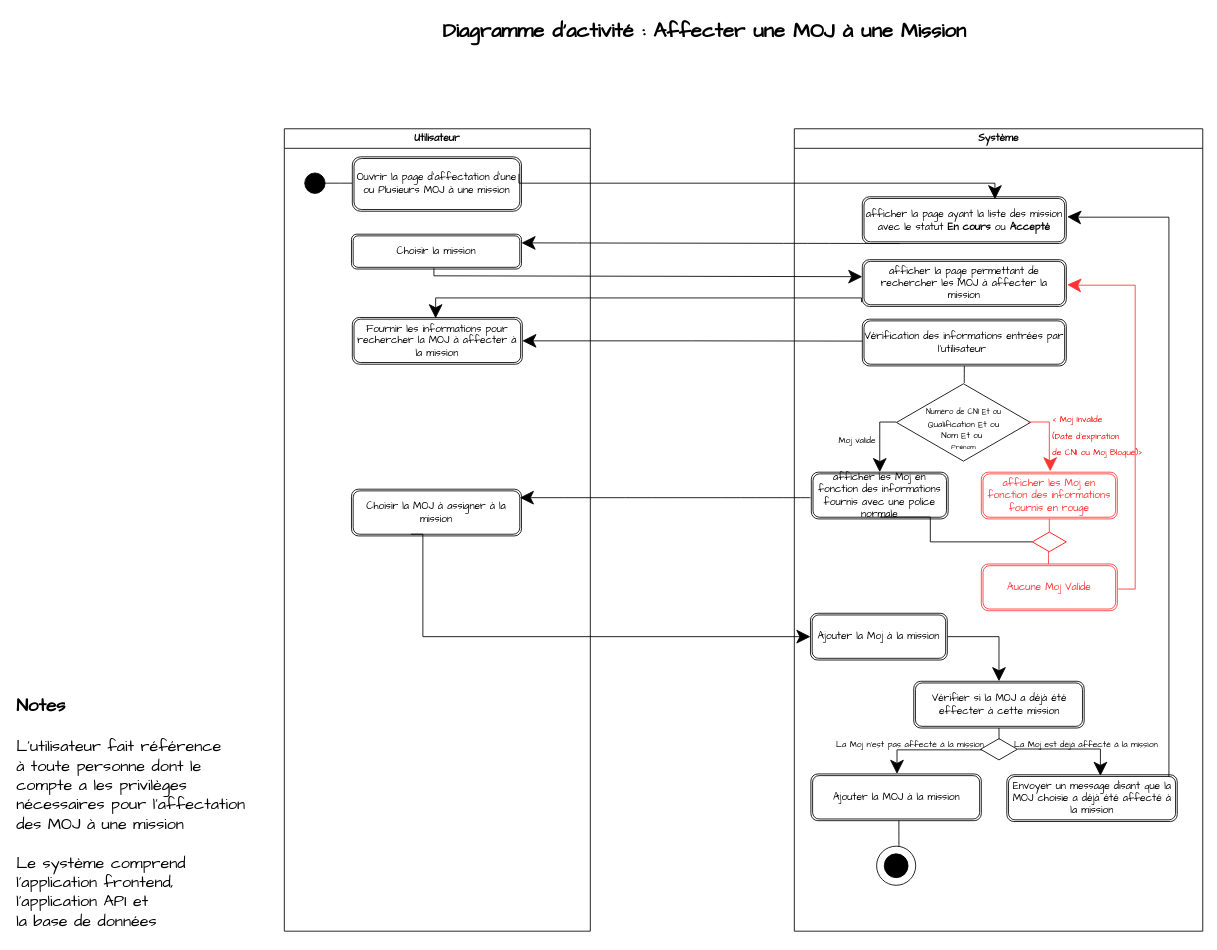
This is ActivityDiagramAssignsMojMission.drawio from ThuranJunior-AGL/AnalyseGEMOj, a draw.io file, before an edit. Source tidied: cells renumbered, new cells numbered last; positions are measured from the earlier drawing's top-left corner, leaving out a move shared by most shapes. Both pictures are drawn from the tidied source at 85%, with x=0, y=0 at pixel (14, 14).
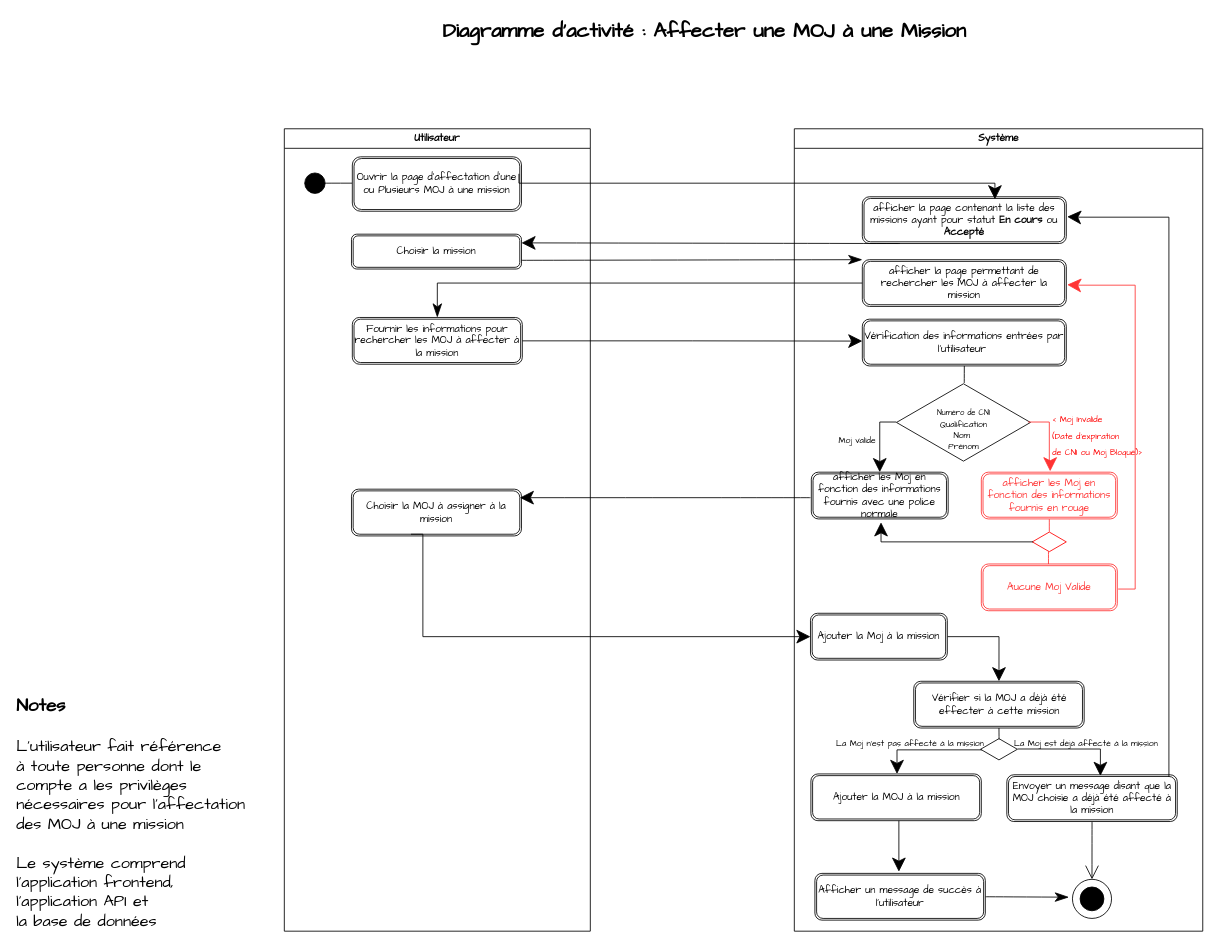
The same diagram, later.

Commit message (it also covers changes not shown here):
Mettre à jour ActivityDiagramAssignsMojMission.drawio

Unchanged cells that the change refers to:
```xml
<mxCell id="2" value="Utilisateur" style="swimlane;whiteSpace=wrap;html=1;fontFamily=Architects Daughter;" parent="1" vertex="1">
  <mxGeometry x="317" y="134" width="360" height="944" as="geometry" />
</mxCell>
<mxCell id="6" value="Choisir la mission" style="shape=ext;double=1;rounded=1;whiteSpace=wrap;html=1;fontFamily=Architects Daughter;" parent="2" vertex="1">
  <mxGeometry x="79" y="124" width="200" height="41" as="geometry" />
</mxCell>
<mxCell id="9" value="Système" style="swimlane;whiteSpace=wrap;html=1;fontFamily=Architects Daughter;" parent="1" vertex="1">
  <mxGeometry x="917" y="134" width="480.5" height="944" as="geometry" />
</mxCell>
<mxCell id="11" value="afficher la page permettant de rechercher les MOJ à affecter la mission" style="shape=ext;double=1;rounded=1;whiteSpace=wrap;html=1;fontFamily=Architects Daughter;" parent="9" vertex="1">
  <mxGeometry x="80" y="154" width="240" height="55" as="geometry" />
</mxCell>
<mxCell id="12" value="Vérification des informations entrées par l'utilisateur&amp;nbsp;" style="shape=ext;double=1;rounded=1;whiteSpace=wrap;html=1;fontFamily=Architects Daughter;" parent="9" vertex="1">
  <mxGeometry x="80" y="224" width="240" height="55" as="geometry" />
</mxCell>
<mxCell id="28" style="endArrow=none;html=1;rounded=0;fontFamily=Architects Daughter;fontSize=16;startSize=14;endSize=14;sourcePerimeterSpacing=8;targetPerimeterSpacing=8;edgeStyle=orthogonalEdgeStyle;exitX=0.5;exitY=0;exitDx=0;exitDy=0;entryX=0.037;entryY=0.526;entryDx=0;entryDy=0;entryPerimeter=0;startArrow=classic;startFill=1;" parent="9" edge="1" target="26">
  <mxGeometry relative="1" as="geometry">
    <mxPoint x="120.8" y="759" as="sourcePoint" />
    <Array as="points">
      <mxPoint x="121" y="731" />
    </Array>
  </mxGeometry>
</mxCell>
<mxCell id="30" value="Envoyer un message disant que la MOJ choisie a déjà été affecté à la mission" style="shape=ext;double=1;rounded=1;whiteSpace=wrap;html=1;fontFamily=Architects Daughter;" parent="9" vertex="1">
  <mxGeometry x="250" y="760" width="200.5" height="55" as="geometry" />
</mxCell>
<mxCell id="31" style="endArrow=none;html=1;rounded=0;fontFamily=Architects Daughter;fontSize=16;startSize=14;endSize=14;sourcePerimeterSpacing=8;targetPerimeterSpacing=8;entryX=1.006;entryY=0.487;entryDx=0;entryDy=0;entryPerimeter=0;exitX=0.549;exitY=0.024;exitDx=0;exitDy=0;exitPerimeter=0;edgeStyle=orthogonalEdgeStyle;startArrow=classic;startFill=1;" parent="9" edge="1" source="30" target="26">
  <mxGeometry relative="1" as="geometry">
    <Array as="points">
      <mxPoint x="360" y="730" />
    </Array>
  </mxGeometry>
</mxCell>
```

What changed in the source:
```diff
@@
-    <mxCell id="7" value="Fournir les informations pour rechercher la MOJ à affecter à la mission" style="shape=ext;double=1;rounded=1;whiteSpace=wrap;html=1;fontFamily=Architects Daughter;" parent="2" vertex="1">
+    <mxCell id="7" value="Fournir les informations pour rechercher les MOJ à affecter à la mission" style="shape=ext;double=1;rounded=1;whiteSpace=wrap;html=1;fontFamily=Architects Daughter;" parent="2" vertex="1">
       <mxGeometry x="80" y="222" width="200" height="55" as="geometry" />
     </mxCell>
@@
-    <mxCell id="10" value="afficher la page ayant la liste des mission avec le statut &lt;b&gt;En cours &lt;/b&gt;ou &lt;b&gt;Accepté&lt;/b&gt;" style="shape=ext;double=1;rounded=1;whiteSpace=wrap;html=1;fontFamily=Architects Daughter;" parent="9" vertex="1">
+    <mxCell id="10" value="afficher la page contenant la liste des missions ayant pour statut &lt;b&gt;En cours &lt;/b&gt;ou &lt;b&gt;Accepté&lt;/b&gt;" style="shape=ext;double=1;rounded=1;whiteSpace=wrap;html=1;fontFamily=Architects Daughter;" parent="9" vertex="1">
       <mxGeometry x="80" y="80" width="240" height="55" as="geometry" />
     </mxCell>
@@
-    <mxCell id="13" value="&lt;div style=&quot;font-size: 11px;&quot;&gt;&lt;font style=&quot;font-size: 11px;&quot;&gt;&lt;br&gt;&lt;/font&gt;&lt;/div&gt;&lt;div style=&quot;font-size: 11px;&quot;&gt;&lt;font style=&quot;font-size: 11px;&quot;&gt;&lt;br&gt;&lt;/font&gt;&lt;/div&gt;&lt;font style=&quot;font-size: 9px;&quot;&gt;Numéro de CNI Et ou&lt;/font&gt;&lt;div style=&quot;font-size: 11px;&quot;&gt;&lt;font style=&quot;font-size: 10px;&quot;&gt;Qualification Et ou&lt;/font&gt;&lt;/div&gt;&lt;div style=&quot;font-size: 11px;&quot;&gt;&lt;font style=&quot;font-size: 10px;&quot;&gt;Nom Et ou&amp;nbsp;&lt;/font&gt;&lt;/div&gt;&lt;div style=&quot;font-size: 11px;&quot;&gt;&lt;font style=&quot;font-size: 8px;&quot;&gt;Prénom&lt;/font&gt;&lt;/div&gt;&lt;div style=&quot;font-size: 11px;&quot;&gt;&lt;br&gt;&lt;/div&gt;" style="html=1;whiteSpace=wrap;shape=isoRectangle;fontFamily=Architects Daughter;" parent="9" vertex="1">
+    <mxCell id="13" value="&lt;div style=&quot;font-size: 11px;&quot;&gt;&lt;font style=&quot;font-size: 11px;&quot;&gt;&lt;br&gt;&lt;/font&gt;&lt;/div&gt;&lt;div style=&quot;font-size: 11px;&quot;&gt;&lt;span style=&quot;font-size: 9px; background-color: initial;&quot;&gt;&lt;br&gt;&lt;/span&gt;&lt;/div&gt;&lt;div style=&quot;font-size: 11px;&quot;&gt;&lt;span style=&quot;font-size: 9px; background-color: initial;&quot;&gt;Numéro de CNI&lt;/span&gt;&lt;br&gt;&lt;/div&gt;&lt;div style=&quot;font-size: 11px;&quot;&gt;&lt;font style=&quot;font-size: 10px;&quot;&gt;Qualification&lt;/font&gt;&lt;/div&gt;&lt;div style=&quot;font-size: 11px;&quot;&gt;&lt;font style=&quot;font-size: 10px;&quot;&gt;Nom&amp;nbsp;&lt;/font&gt;&lt;/div&gt;&lt;div style=&quot;font-size: 11px;&quot;&gt;&lt;font style=&quot;font-size: 10px;&quot;&gt;Prénom&lt;/font&gt;&lt;/div&gt;&lt;div style=&quot;font-size: 11px;&quot;&gt;&lt;br&gt;&lt;/div&gt;" style="html=1;whiteSpace=wrap;shape=isoRectangle;fontFamily=Architects Daughter;" parent="9" vertex="1">
       <mxGeometry x="84.5" y="300" width="229" height="91" as="geometry" />
     </mxCell>
@@
-    <mxCell id="24" style="endArrow=none;html=1;rounded=0;fontFamily=Architects Daughter;fontSize=16;startSize=14;endSize=14;sourcePerimeterSpacing=8;targetPerimeterSpacing=8;exitX=0.496;exitY=0.96;exitDx=0;exitDy=0;edgeStyle=orthogonalEdgeStyle;exitPerimeter=0;" parent="9" edge="1">
-      <mxGeometry relative="1" as="geometry">
-        <mxPoint x="100.9" y="456.8" as="sourcePoint" />
-        <mxPoint x="280" y="486" as="targetPoint" />
-        <Array as="points">
-          <mxPoint x="160" y="457" />
-          <mxPoint x="160" y="486" />
-        </Array>
-      </mxGeometry>
-    </mxCell>
@@
+    <mxCell id="50" style="edgeStyle=orthogonalEdgeStyle;rounded=0;orthogonalLoop=1;jettySize=auto;html=1;exitX=0.5;exitY=1;exitDx=0;exitDy=0;fontFamily=Architects Daughter;fontSize=16;startSize=14;endArrow=classic;endSize=14;sourcePerimeterSpacing=8;targetPerimeterSpacing=8;endFill=1;" parent="9" edge="1">
+      <mxGeometry relative="1" as="geometry">
+        <mxPoint x="119.8" y="812" as="sourcePoint" />
+        <mxPoint x="123" y="874" as="targetPoint" />
+        <Array as="points">
+          <mxPoint x="123" y="812" />
+          <mxPoint x="123" y="865" />
+        </Array>
+      </mxGeometry>
+    </mxCell>
@@
     <mxCell id="29" value="&lt;font style=&quot;font-size: 10px;&quot;&gt;La Moj n'est pas affecté à la mission&lt;/font&gt;" style="edgeLabel;html=1;align=center;verticalAlign=middle;fontSize=16;fontFamily=Architects Daughter;labelBackgroundColor=none;" parent="28" vertex="1">
       <mxGeometry x="-0.06" y="2" relative="1" as="geometry">
-        <mxPoint x="-17" y="-6" as="offset" />
+        <mxPoint x="-17" y="-7" as="offset" />
       </mxGeometry>
     </mxCell>
+    <mxCell id="51" style="edgeStyle=none;curved=1;rounded=0;jettySize=auto;html=1;exitX=0.5;exitY=1;exitDx=0;exitDy=0;entryX=0.5;entryY=0;entryDx=0;entryDy=0;fontFamily=Architects Daughter;fontSize=16;startSize=14;endArrow=open;endSize=14;sourcePerimeterSpacing=8;targetPerimeterSpacing=8;" parent="9" edge="1" source="30" target="35">
+      <mxGeometry relative="1" as="geometry" />
+    </mxCell>
@@
     <mxCell id="32" value="&lt;font style=&quot;font-size: 10px;&quot;&gt;La Moj est déjà affecté à la mission&lt;/font&gt;" style="edgeLabel;html=1;align=center;verticalAlign=middle;fontSize=16;fontFamily=Architects Daughter;labelBackgroundColor=none;" parent="31" vertex="1">
       <mxGeometry x="0.11" y="1" relative="1" as="geometry">
-        <mxPoint x="23" y="-8" as="offset" />
+        <mxPoint x="23" y="-9" as="offset" />
       </mxGeometry>
     </mxCell>
@@
     <mxCell id="35" style="ellipse;whiteSpace=wrap;html=1;fontFamily=Architects Daughter;fillColor=none;" parent="9" vertex="1">
-      <mxGeometry x="96.8" y="844" width="46" height="46" as="geometry" />
+      <mxGeometry x="327.2" y="883" width="46" height="46" as="geometry" />
     </mxCell>
     <mxCell id="36" style="ellipse;whiteSpace=wrap;html=1;fontFamily=Architects Daughter;fillColor=#000000;" parent="9" vertex="1">
-      <mxGeometry x="105.8" y="853" width="28" height="28" as="geometry" />
+      <mxGeometry x="336.2" y="892" width="28" height="28" as="geometry" />
     </mxCell>
-    <mxCell id="37" style="endArrow=none;html=1;rounded=0;fontFamily=Architects Daughter;fontSize=16;startSize=14;endSize=14;sourcePerimeterSpacing=8;targetPerimeterSpacing=8;curved=1;exitX=0.571;exitY=0;exitDx=0;exitDy=0;exitPerimeter=0;" parent="9" edge="1" source="35">
-      <mxGeometry relative="1" as="geometry">
-        <mxPoint x="123" y="814" as="targetPoint" />
-      </mxGeometry>
-    </mxCell>
+    <mxCell id="52" style="endArrow=classic;html=1;rounded=0;fontFamily=Architects Daughter;fontSize=16;startSize=14;endSize=14;sourcePerimeterSpacing=8;targetPerimeterSpacing=8;entryX=0.466;entryY=1.127;entryDx=0;entryDy=0;entryPerimeter=0;edgeStyle=orthogonalEdgeStyle;" parent="9" edge="1">
+      <mxGeometry relative="1" as="geometry">
+        <mxPoint x="281" y="486" as="sourcePoint" />
+        <mxPoint x="102" y="463" as="targetPoint" />
+        <Array as="points">
+          <mxPoint x="102" y="486" />
+        </Array>
+      </mxGeometry>
+    </mxCell>
+    <mxCell id="53" style="edgeStyle=none;curved=1;rounded=0;jettySize=auto;html=1;exitX=1;exitY=0.5;exitDx=0;exitDy=0;fontFamily=Architects Daughter;fontSize=16;startSize=14;endArrow=classicThin;endSize=14;sourcePerimeterSpacing=8;targetPerimeterSpacing=8;endFill=1;" parent="9" edge="1" source="54">
+      <mxGeometry relative="1" as="geometry">
+        <mxPoint x="323" y="904" as="targetPoint" />
+      </mxGeometry>
+    </mxCell>
+    <mxCell id="54" value="Afficher un message de succès à l'utilisateur" style="shape=ext;double=1;rounded=1;whiteSpace=wrap;html=1;fontFamily=Architects Daughter;" parent="9" vertex="1">
+      <mxGeometry x="24.2" y="876" width="200.5" height="55" as="geometry" />
+    </mxCell>
@@
-    <mxCell id="39" style="endArrow=classic;html=1;rounded=0;fontFamily=Architects Daughter;fontSize=16;startSize=14;endSize=14;sourcePerimeterSpacing=8;targetPerimeterSpacing=8;edgeStyle=orthogonalEdgeStyle;endFill=1;entryX=0;entryY=0.364;entryDx=0;entryDy=0;entryPerimeter=0;" parent="1" edge="1" target="11">
-      <mxGeometry relative="1" as="geometry">
-        <mxPoint x="493" y="298" as="sourcePoint" />
-        <Array as="points">
-          <mxPoint x="493" y="307" />
-        </Array>
-      </mxGeometry>
-    </mxCell>
-    <mxCell id="40" style="edgeStyle=orthogonalEdgeStyle;rounded=0;orthogonalLoop=1;jettySize=auto;html=1;fontFamily=Architects Daughter;fontSize=16;startSize=14;endArrow=classic;endSize=14;sourcePerimeterSpacing=8;targetPerimeterSpacing=8;endFill=1;" parent="1" edge="1">
-      <mxGeometry relative="1" as="geometry">
-        <mxPoint x="996" y="338" as="sourcePoint" />
-        <mxPoint x="495" y="357" as="targetPoint" />
-        <Array as="points">
-          <mxPoint x="495" y="333" />
-        </Array>
-      </mxGeometry>
-    </mxCell>
-    <mxCell id="41" style="endArrow=none;html=1;rounded=0;fontFamily=Architects Daughter;fontSize=16;startSize=14;endSize=14;sourcePerimeterSpacing=8;targetPerimeterSpacing=8;exitX=1;exitY=0.5;exitDx=0;exitDy=0;edgeStyle=orthogonalEdgeStyle;entryX=0;entryY=0.469;entryDx=0;entryDy=0;entryPerimeter=0;startArrow=classic;startFill=1;endFill=0;" parent="1" edge="1" source="7" target="12">
+    <mxCell id="41" style="endArrow=classic;html=1;rounded=0;fontFamily=Architects Daughter;fontSize=16;startSize=14;endSize=14;sourcePerimeterSpacing=8;targetPerimeterSpacing=8;exitX=1;exitY=0.5;exitDx=0;exitDy=0;edgeStyle=orthogonalEdgeStyle;entryX=0;entryY=0.469;entryDx=0;entryDy=0;entryPerimeter=0;startArrow=none;startFill=0;endFill=1;" parent="1" edge="1" source="7" target="12">
       <mxGeometry relative="1" as="geometry" />
     </mxCell>
@@
+    <mxCell id="55" style="edgeStyle=orthogonalEdgeStyle;rounded=0;jettySize=auto;html=1;exitX=0;exitY=0.5;exitDx=0;exitDy=0;entryX=0.5;entryY=0;entryDx=0;entryDy=0;fontFamily=Architects Daughter;fontSize=16;startSize=14;endArrow=classicThin;endSize=14;sourcePerimeterSpacing=8;targetPerimeterSpacing=8;endFill=1;" parent="1" edge="1" source="11" target="7">
+      <mxGeometry relative="1" as="geometry" />
+    </mxCell>
+    <mxCell id="56" style="edgeStyle=none;curved=1;rounded=0;jettySize=auto;html=1;exitX=1;exitY=0.75;exitDx=0;exitDy=0;fontFamily=Architects Daughter;fontSize=16;startSize=14;endArrow=classicThin;endSize=14;sourcePerimeterSpacing=8;targetPerimeterSpacing=8;endFill=1;strokeColor=none;" parent="1" edge="1" source="6">
+      <mxGeometry relative="1" as="geometry">
+        <mxPoint x="990" y="288" as="targetPoint" />
+      </mxGeometry>
+    </mxCell>
+    <mxCell id="57" style="edgeStyle=none;curved=1;rounded=0;jettySize=auto;html=1;exitX=1;exitY=0.75;exitDx=0;exitDy=0;entryX=0;entryY=0;entryDx=0;entryDy=0;fontFamily=Architects Daughter;fontSize=16;startSize=14;endArrow=classicThin;endSize=14;sourcePerimeterSpacing=8;targetPerimeterSpacing=8;endFill=1;" parent="1" edge="1" source="6" target="11">
+      <mxGeometry relative="1" as="geometry" />
+    </mxCell>
```
